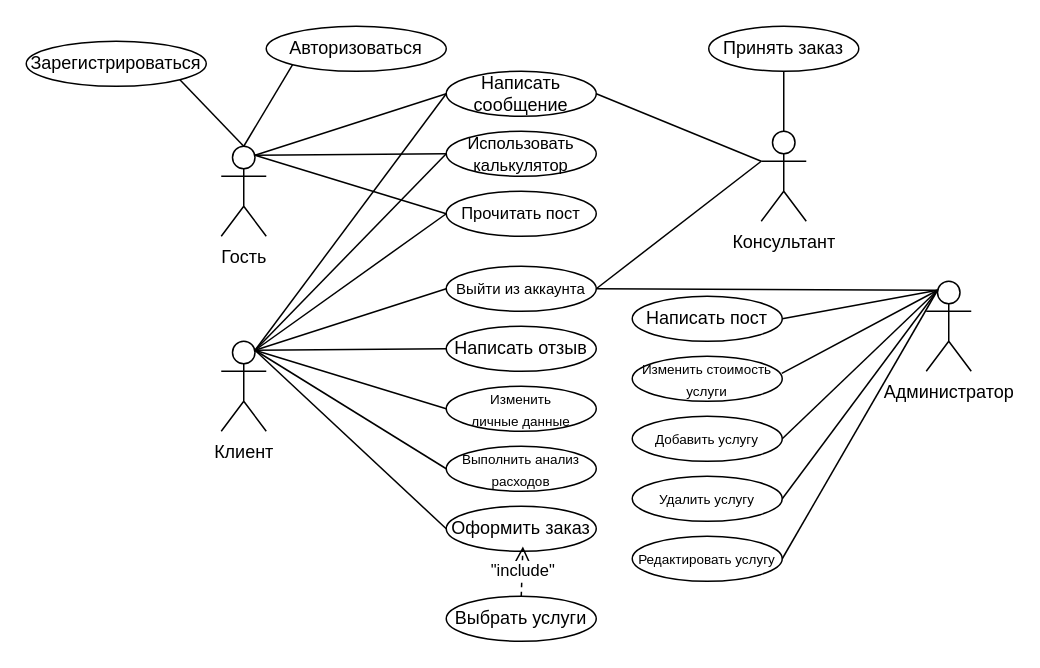
Earlier version of the draw.io diagram doc/diagrams/use-case.drawio (DaniilGGuY/PPO_labs). Source tidied: cells renumbered, new cells numbered last; positions are measured from the earlier drawing's top-left corner, leaving out a move shared by most shapes. Both pictures are drawn from the tidied source at 150%, with x=0, y=0 at pixel (26, 26).
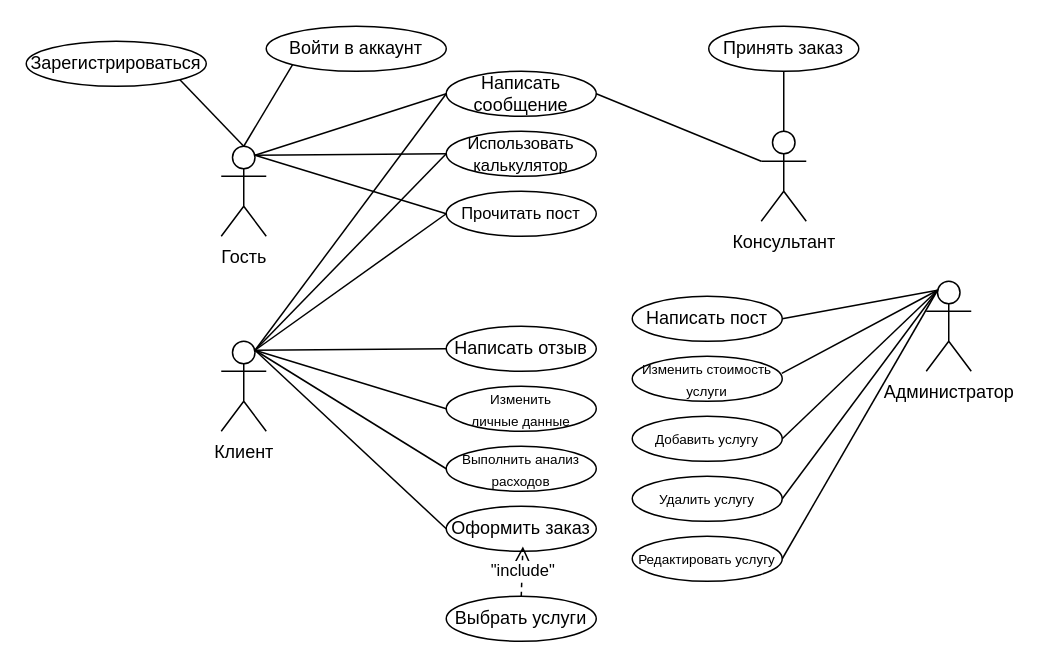
Above is the later version.

Commit message (it also covers changes not shown here):
Simplify use-case diagram

Unchanged cells that the change refers to:
```xml
<mxCell id="3" value="Администратор" style="shape=umlActor;verticalLabelPosition=bottom;verticalAlign=top;html=1;" parent="1" vertex="1">
  <mxGeometry x="600" y="170" width="30" height="60" as="geometry" />
</mxCell>
<mxCell id="4" value="Клиент" style="shape=umlActor;verticalLabelPosition=bottom;verticalAlign=top;html=1;" parent="1" vertex="1">
  <mxGeometry x="130" y="210" width="30" height="60" as="geometry" />
</mxCell>
<mxCell id="5" value="Консультант" style="shape=umlActor;verticalLabelPosition=bottom;verticalAlign=top;html=1;" parent="1" vertex="1">
  <mxGeometry x="490" y="70" width="30" height="60" as="geometry" />
</mxCell>
```

What changed in the source:
```diff
@@
-    <mxCell id="27" value="Авторизоваться" style="ellipse;whiteSpace=wrap;html=1;" parent="1" vertex="1">
+    <mxCell id="27" value="Войти в аккаунт" style="ellipse;whiteSpace=wrap;html=1;" parent="1" vertex="1">
       <mxGeometry x="160" width="120" height="30" as="geometry" />
     </mxCell>
@@
-    <mxCell id="32" value="&lt;span style=&quot;font-size: 10px;&quot;&gt;Выйти из аккаунта&lt;/span&gt;" style="ellipse;whiteSpace=wrap;html=1;" parent="1" vertex="1">
-      <mxGeometry x="280" y="160" width="100" height="30" as="geometry" />
-    </mxCell>
-    <mxCell id="33" style="endArrow=none;endFill=0;endSize=12;html=1;rounded=0;entryX=0;entryY=0.5;entryDx=0;entryDy=0;exitX=0.75;exitY=0.1;exitDx=0;exitDy=0;exitPerimeter=0;" parent="1" edge="1" source="4" target="32">
-      <mxGeometry relative="1" as="geometry" />
-    </mxCell>
@@
-    <mxCell id="36" style="endArrow=none;endFill=0;endSize=12;html=1;rounded=0;exitX=1;exitY=0.5;exitDx=0;exitDy=0;entryX=0;entryY=0.3333333333333333;entryDx=0;entryDy=0;entryPerimeter=0;" parent="1" edge="1" source="32" target="5">
-      <mxGeometry relative="1" as="geometry" />
-    </mxCell>
-    <mxCell id="37" style="endArrow=none;endFill=0;endSize=12;html=1;rounded=0;exitX=1;exitY=0.5;exitDx=0;exitDy=0;entryX=0.25;entryY=0.1;entryDx=0;entryDy=0;entryPerimeter=0;" parent="1" edge="1" source="32" target="3">
-      <mxGeometry relative="1" as="geometry" />
-    </mxCell>
```
